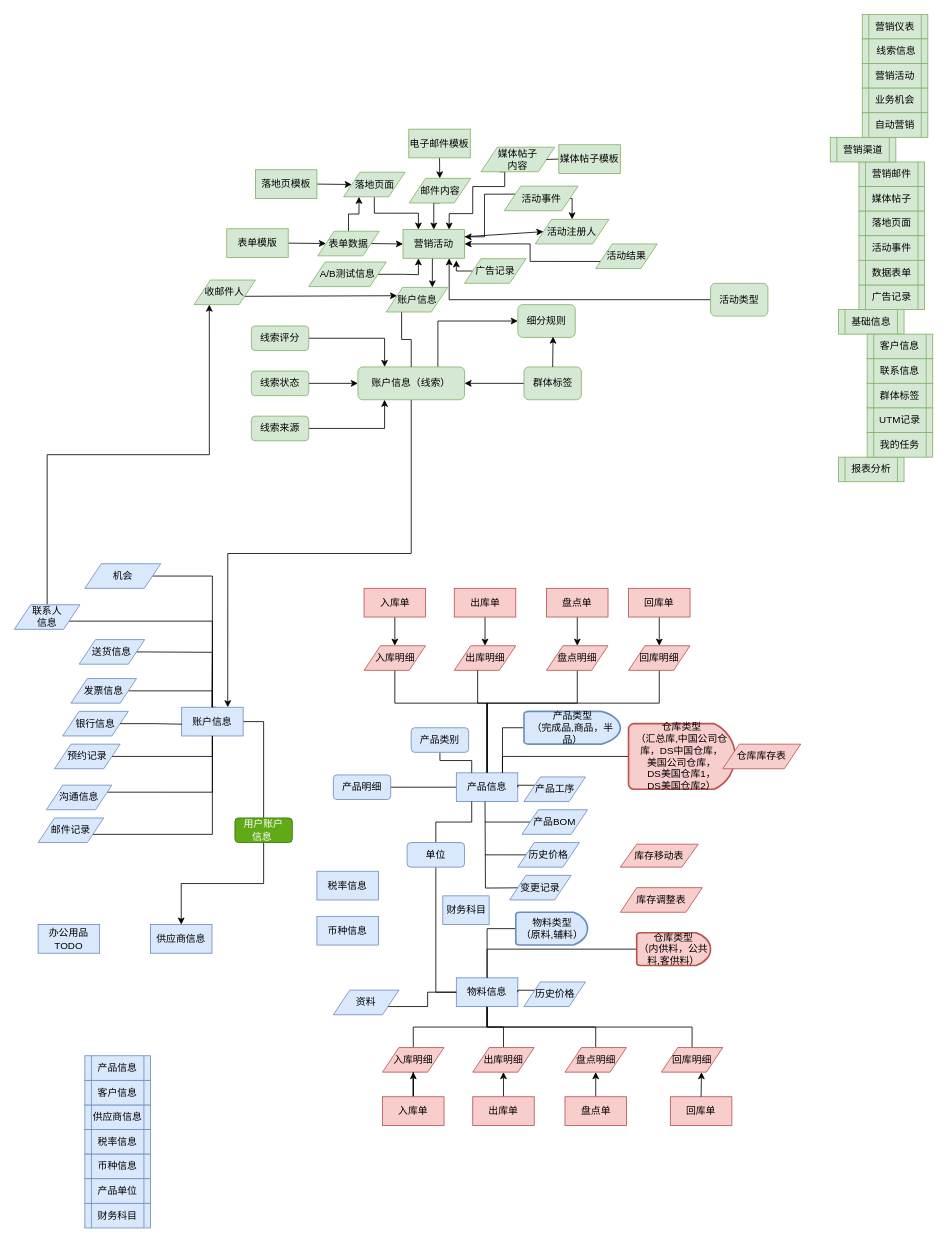
The draw.io diagram page "第 1 页" (1 of 5) of ERDiagram.drawio in sbosleo/sbosmobile, before the edit. Source tidied: cells renumbered, new cells numbered last; positions are measured from the earlier drawing's top-left corner, leaving out a move shared by most shapes. Both pictures are drawn from the tidied source at 82%, with x=0, y=0 at pixel (14, 14).
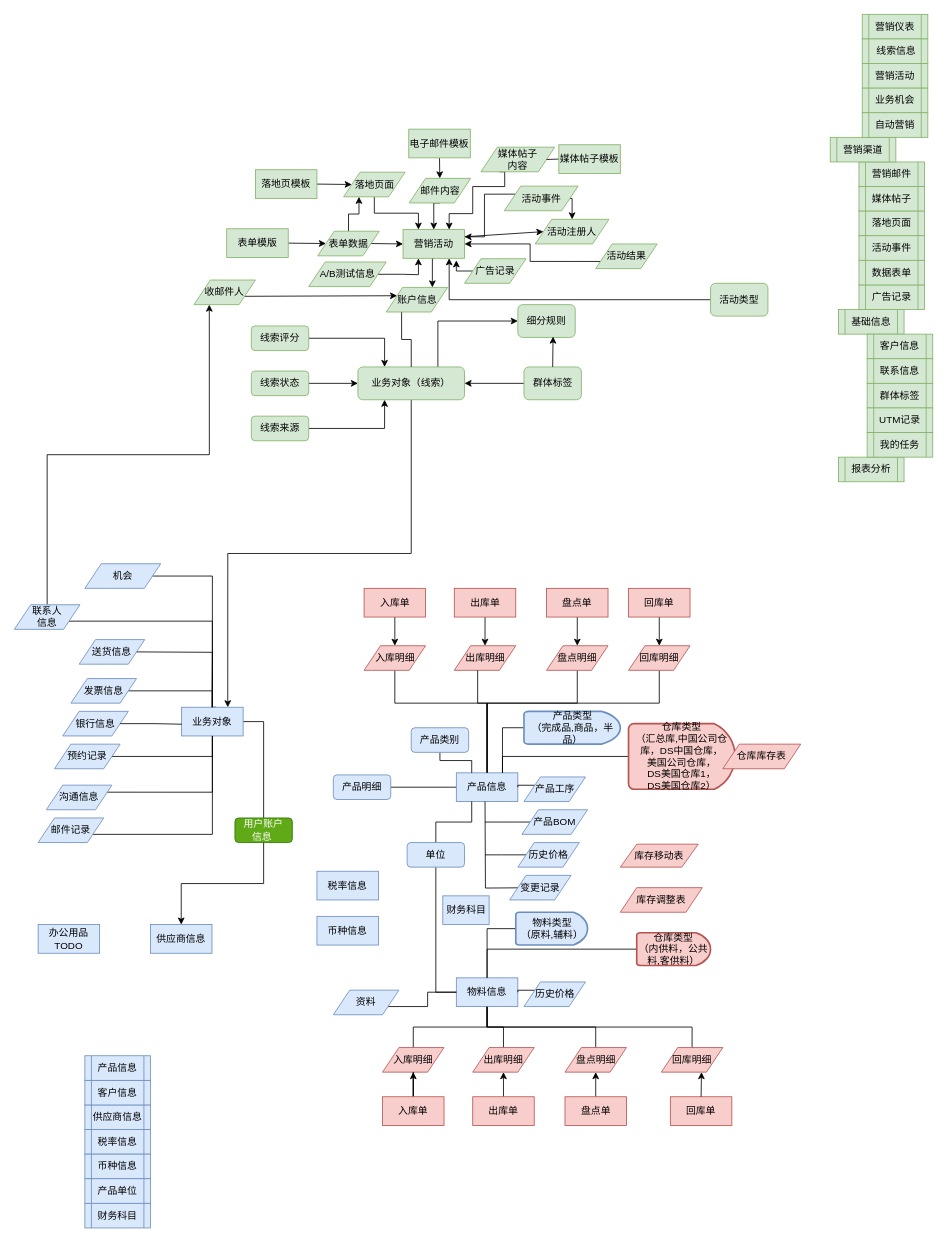
The same page after the edit.

The edit, as a diff of the source:
```diff
@@
-    <mxCell id="36" value="账户信息" style="rounded=0;whiteSpace=wrap;html=1;fillColor=#dae8fc;strokeColor=#6c8ebf;" parent="1" vertex="1">
+    <mxCell id="36" value="业务对象" style="rounded=0;whiteSpace=wrap;html=1;fillColor=#dae8fc;strokeColor=#6c8ebf;" parent="1" vertex="1">
       <mxGeometry x="204" y="845" width="75" height="35" as="geometry" />
     </mxCell>
@@
-    <mxCell id="91" value="账户信息（线索）" style="rounded=1;whiteSpace=wrap;html=1;fillColor=#d5e8d4;strokeColor=#82b366;" parent="1" vertex="1">
+    <mxCell id="91" value="业务对象（线索）" style="rounded=1;whiteSpace=wrap;html=1;fillColor=#d5e8d4;strokeColor=#82b366;" parent="1" vertex="1">
       <mxGeometry x="419" y="430" width="130" height="40" as="geometry" />
     </mxCell>
```
